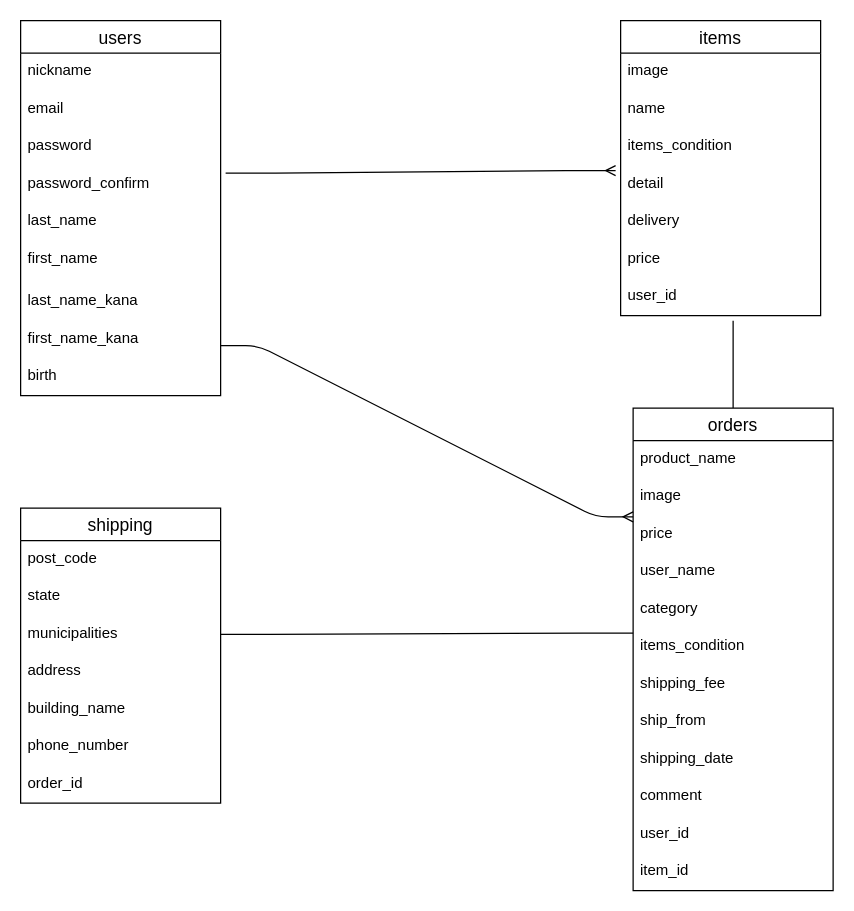
Before: app/views/test.dio in daiki0527/furima-40956, a draw.io diagram. Source tidied: cells renumbered, new cells numbered last; positions are measured from the earlier drawing's top-left corner, leaving out a move shared by most shapes. Both pictures are drawn from the tidied source at 125%, with x=0, y=0 at pixel (20, 20).
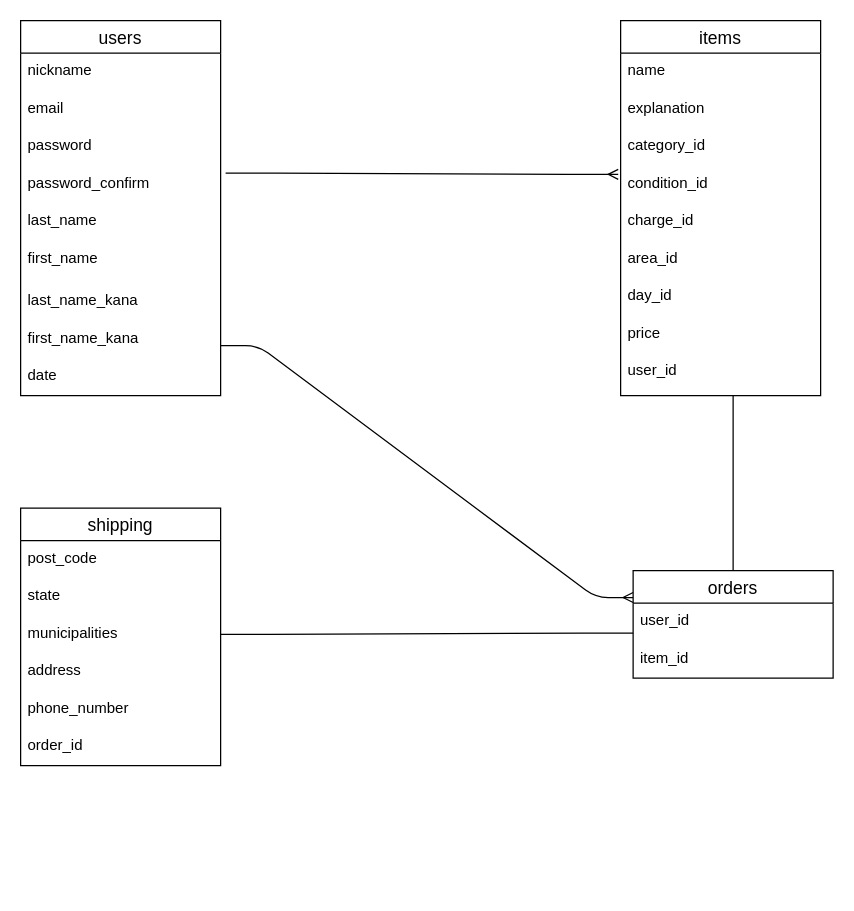
After the change.

Commit message (it also covers changes not shown here):
データベース設計④

Unchanged cells that the change refers to:
```xml
<mxCell id="2" value="users" style="swimlane;fontStyle=0;horizontal=1;startSize=26;align=center;fontSize=14;" parent="1" vertex="1">
  <mxGeometry width="160" height="300" as="geometry" />
</mxCell>
<mxCell id="6" value="password_confirm" style="text;strokeColor=none;fillColor=none;spacingLeft=4;spacingRight=4;overflow=hidden;points=[[0,0.5],[1,0.5]];portConstraint=eastwest;fontSize=12;" parent="2" vertex="1">
  <mxGeometry y="116" width="160" height="30" as="geometry" />
</mxCell>
```

What changed in the source:
```diff
@@
-    <mxCell id="11" value="birth" style="text;strokeColor=none;fillColor=none;spacingLeft=4;spacingRight=4;overflow=hidden;fontSize=12;" parent="2" vertex="1">
+    <mxCell id="11" value="date" style="text;strokeColor=none;fillColor=none;spacingLeft=4;spacingRight=4;overflow=hidden;fontSize=12;" parent="2" vertex="1">
       <mxGeometry y="270" width="160" height="30" as="geometry" />
     </mxCell>
     <mxCell id="12" value="items" style="swimlane;fontStyle=0;horizontal=1;startSize=26;align=center;fontSize=14;" parent="1" vertex="1">
-      <mxGeometry x="480" width="160" height="236" as="geometry" />
+      <mxGeometry x="480" width="160" height="300" as="geometry" />
     </mxCell>
-    <mxCell id="13" value="image" style="text;strokeColor=none;fillColor=none;spacingLeft=4;spacingRight=4;overflow=hidden;fontSize=12;" parent="12" vertex="1">
-      <mxGeometry y="26" width="160" height="30" as="geometry" />
-    </mxCell>
     <mxCell id="14" value="name" style="text;strokeColor=none;fillColor=none;spacingLeft=4;spacingRight=4;overflow=hidden;fontSize=12;" parent="12" vertex="1">
-      <mxGeometry y="56" width="160" height="30" as="geometry" />
+      <mxGeometry y="26" width="160" height="30" as="geometry" />
     </mxCell>
-    <mxCell id="15" value="items_condition" style="text;strokeColor=none;fillColor=none;spacingLeft=4;spacingRight=4;overflow=hidden;fontSize=12;" parent="12" vertex="1">
-      <mxGeometry y="86" width="160" height="30" as="geometry" />
+    <mxCell id="15" value="explanation" style="text;strokeColor=none;fillColor=none;spacingLeft=4;spacingRight=4;overflow=hidden;fontSize=12;" parent="12" vertex="1">
+      <mxGeometry y="56" width="160" height="30" as="geometry" />
     </mxCell>
-    <mxCell id="16" value="detail" style="text;strokeColor=none;fillColor=none;spacingLeft=4;spacingRight=4;overflow=hidden;points=[[0,0.5],[1,0.5]];portConstraint=eastwest;fontSize=12;" parent="12" vertex="1">
-      <mxGeometry y="116" width="160" height="30" as="geometry" />
+    <mxCell id="16" value="category_id" style="text;strokeColor=none;fillColor=none;spacingLeft=4;spacingRight=4;overflow=hidden;points=[[0,0.5],[1,0.5]];portConstraint=eastwest;fontSize=12;" parent="12" vertex="1">
+      <mxGeometry y="86" width="160" height="30" as="geometry" />
     </mxCell>
-    <mxCell id="17" value="delivery" style="text;strokeColor=none;fillColor=none;spacingLeft=4;spacingRight=4;overflow=hidden;points=[[0,0.5],[1,0.5]];portConstraint=eastwest;fontSize=12;" parent="12" vertex="1">
-      <mxGeometry y="146" width="160" height="30" as="geometry" />
+    <mxCell id="17" value="condition_id" style="text;strokeColor=none;fillColor=none;spacingLeft=4;spacingRight=4;overflow=hidden;points=[[0,0.5],[1,0.5]];portConstraint=eastwest;fontSize=12;" parent="12" vertex="1">
+      <mxGeometry y="116" width="160" height="30" as="geometry" />
     </mxCell>
-    <mxCell id="18" value="price " style="text;strokeColor=none;fillColor=none;spacingLeft=4;spacingRight=4;overflow=hidden;fontSize=12;" parent="12" vertex="1">
-      <mxGeometry y="176" width="160" height="30" as="geometry" />
+    <mxCell id="18" value="charge_id" style="text;strokeColor=none;fillColor=none;spacingLeft=4;spacingRight=4;overflow=hidden;fontSize=12;" parent="12" vertex="1">
+      <mxGeometry y="146" width="160" height="30" as="geometry" />
     </mxCell>
-    <mxCell id="19" value="user_id" style="text;strokeColor=none;fillColor=none;spacingLeft=4;spacingRight=4;overflow=hidden;fontSize=12;" parent="12" vertex="1">
-      <mxGeometry y="206" width="160" height="30" as="geometry" />
+    <mxCell id="19" value="area_id" style="text;strokeColor=none;fillColor=none;spacingLeft=4;spacingRight=4;overflow=hidden;fontSize=12;" parent="12" vertex="1">
+      <mxGeometry y="176" width="160" height="30" as="geometry" />
     </mxCell>
+    <mxCell id="45" value="day_id " style="text;strokeColor=none;fillColor=none;spacingLeft=4;spacingRight=4;overflow=hidden;fontSize=12;" parent="12" vertex="1">
+      <mxGeometry y="206" width="160" height="30" as="geometry" />
+    </mxCell>
+    <mxCell id="25" value="price" style="text;strokeColor=none;fillColor=none;spacingLeft=4;spacingRight=4;overflow=hidden;points=[[0,0.5],[1,0.5]];portConstraint=eastwest;fontSize=12;" parent="12" vertex="1">
+      <mxGeometry y="236" width="160" height="30" as="geometry" />
+    </mxCell>
+    <mxCell id="46" value="user_id" style="text;strokeColor=none;fillColor=none;spacingLeft=4;spacingRight=4;overflow=hidden;fontSize=12;" parent="12" vertex="1">
+      <mxGeometry y="266" width="160" height="34" as="geometry" />
+    </mxCell>
-    <mxCell id="20" style="edgeStyle=entityRelationEdgeStyle;fontSize=12;html=1;endArrow=ERmany;endFill=0;entryX=-0.025;entryY=0.133;entryDx=0;entryDy=0;entryPerimeter=0;startArrow=none;startFill=0;exitX=1.025;exitY=0.2;exitDx=0;exitDy=0;exitPerimeter=0;" parent="1" edge="1" source="6" target="16">
+    <mxCell id="20" style="edgeStyle=entityRelationEdgeStyle;fontSize=12;html=1;endArrow=ERmany;endFill=0;entryX=-0.012;entryY=0.233;entryDx=0;entryDy=0;entryPerimeter=0;startArrow=none;startFill=0;exitX=1.025;exitY=0.2;exitDx=0;exitDy=0;exitPerimeter=0;" parent="1" edge="1" source="6" target="17">
       <mxGeometry relative="1" as="geometry" />
     </mxCell>
-    <mxCell id="21" style="edgeStyle=none;html=1;exitX=0.5;exitY=0;exitDx=0;exitDy=0;endArrow=none;endFill=0;" parent="1" edge="1" source="22">
-      <mxGeometry relative="1" as="geometry">
-        <mxPoint x="570" y="240" as="targetPoint" />
-      </mxGeometry>
-    </mxCell>
     <mxCell id="22" value="orders" style="swimlane;fontStyle=0;horizontal=1;startSize=26;align=center;fontSize=14;" parent="1" vertex="1">
-      <mxGeometry x="490" y="310" width="160" height="386" as="geometry" />
+      <mxGeometry x="490" y="440" width="160" height="86" as="geometry" />
     </mxCell>
-    <mxCell id="23" value="product_name" style="text;strokeColor=none;fillColor=none;spacingLeft=4;spacingRight=4;overflow=hidden;fontSize=12;" parent="22" vertex="1">
-      <mxGeometry y="26" width="160" height="30" as="geometry" />
-    </mxCell>
-    <mxCell id="24" value="image" style="text;strokeColor=none;fillColor=none;spacingLeft=4;spacingRight=4;overflow=hidden;fontSize=12;" parent="22" vertex="1">
-      <mxGeometry y="56" width="160" height="30" as="geometry" />
-    </mxCell>
-    <mxCell id="25" value="price" style="text;strokeColor=none;fillColor=none;spacingLeft=4;spacingRight=4;overflow=hidden;points=[[0,0.5],[1,0.5]];portConstraint=eastwest;fontSize=12;" parent="22" vertex="1">
-      <mxGeometry y="86" width="160" height="30" as="geometry" />
-    </mxCell>
-    <mxCell id="26" value="user_name" style="text;strokeColor=none;fillColor=none;spacingLeft=4;spacingRight=4;overflow=hidden;fontSize=12;" parent="22" vertex="1">
-      <mxGeometry y="116" width="160" height="30" as="geometry" />
-    </mxCell>
-    <mxCell id="27" value="category" style="text;strokeColor=none;fillColor=none;spacingLeft=4;spacingRight=4;overflow=hidden;fontSize=12;" parent="22" vertex="1">
-      <mxGeometry y="146" width="160" height="30" as="geometry" />
-    </mxCell>
-    <mxCell id="28" value="items_condition " style="text;strokeColor=none;fillColor=none;spacingLeft=4;spacingRight=4;overflow=hidden;fontSize=12;" parent="22" vertex="1">
-      <mxGeometry y="176" width="160" height="30" as="geometry" />
-    </mxCell>
-    <mxCell id="29" value="shipping_fee" style="text;strokeColor=none;fillColor=none;spacingLeft=4;spacingRight=4;overflow=hidden;fontSize=12;" parent="22" vertex="1">
-      <mxGeometry y="206" width="160" height="30" as="geometry" />
-    </mxCell>
-    <mxCell id="30" value="ship_from" style="text;strokeColor=none;fillColor=none;spacingLeft=4;spacingRight=4;overflow=hidden;fontSize=12;" parent="22" vertex="1">
-      <mxGeometry y="236" width="160" height="30" as="geometry" />
-    </mxCell>
-    <mxCell id="31" value="shipping_date" style="text;strokeColor=none;fillColor=none;spacingLeft=4;spacingRight=4;overflow=hidden;fontSize=12;" parent="22" vertex="1">
-      <mxGeometry y="266" width="160" height="30" as="geometry" />
-    </mxCell>
-    <mxCell id="32" value="comment" style="text;strokeColor=none;fillColor=none;spacingLeft=4;spacingRight=4;overflow=hidden;fontSize=12;" parent="22" vertex="1">
-      <mxGeometry y="296" width="160" height="30" as="geometry" />
-    </mxCell>
     <mxCell id="33" value="user_id" style="text;strokeColor=none;fillColor=none;spacingLeft=4;spacingRight=4;overflow=hidden;fontSize=12;" parent="22" vertex="1">
-      <mxGeometry y="326" width="160" height="30" as="geometry" />
+      <mxGeometry y="26" width="160" height="30" as="geometry" />
     </mxCell>
     <mxCell id="34" value="item_id" style="text;strokeColor=none;fillColor=none;spacingLeft=4;spacingRight=4;overflow=hidden;fontSize=12;" parent="22" vertex="1">
-      <mxGeometry y="356" width="160" height="30" as="geometry" />
+      <mxGeometry y="56" width="160" height="30" as="geometry" />
     </mxCell>
     <mxCell id="35" value="shipping" style="swimlane;fontStyle=0;horizontal=1;startSize=26;align=center;fontSize=14;" parent="1" vertex="1">
-      <mxGeometry y="390" width="160" height="236" as="geometry" />
+      <mxGeometry y="390" width="160" height="206" as="geometry" />
     </mxCell>
@@
-    <mxCell id="40" value="building_name" style="text;strokeColor=none;fillColor=none;spacingLeft=4;spacingRight=4;overflow=hidden;fontSize=12;" parent="35" vertex="1">
-      <mxGeometry y="146" width="160" height="30" as="geometry" />
-    </mxCell>
     <mxCell id="41" value="phone_number" style="text;strokeColor=none;fillColor=none;spacingLeft=4;spacingRight=4;overflow=hidden;fontSize=12;" parent="35" vertex="1">
-      <mxGeometry y="176" width="160" height="30" as="geometry" />
+      <mxGeometry y="146" width="160" height="30" as="geometry" />
     </mxCell>
     <mxCell id="42" value="order_id" style="text;strokeColor=none;fillColor=none;spacingLeft=4;spacingRight=4;overflow=hidden;fontSize=12;" parent="35" vertex="1">
-      <mxGeometry y="206" width="160" height="30" as="geometry" />
+      <mxGeometry y="176" width="160" height="30" as="geometry" />
     </mxCell>
@@
-    <mxCell id="44" style="edgeStyle=entityRelationEdgeStyle;fontSize=12;html=1;endArrow=ERmany;endFill=0;entryX=0;entryY=0.033;entryDx=0;entryDy=0;entryPerimeter=0;" parent="1" edge="1" target="25">
+    <mxCell id="44" style="edgeStyle=entityRelationEdgeStyle;fontSize=12;html=1;endArrow=ERmany;endFill=0;entryX=0;entryY=0.25;entryDx=0;entryDy=0;" parent="1" edge="1" target="22">
       <mxGeometry relative="1" as="geometry">
         <mxPoint x="160" y="260" as="sourcePoint" />
       </mxGeometry>
     </mxCell>
+    <mxCell id="47" style="endArrow=none;html=1;exitX=0.5;exitY=0;exitDx=0;exitDy=0;endFill=0;" parent="1" edge="1" source="22">
+      <mxGeometry relative="1" as="geometry">
+        <mxPoint x="570" y="300" as="targetPoint" />
+        <Array as="points">
+          <mxPoint x="570" y="390" />
+        </Array>
+      </mxGeometry>
+    </mxCell>
```
